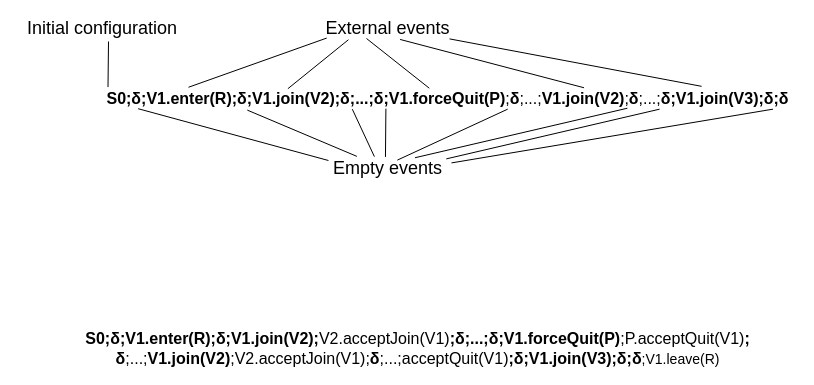
Earlier version of the draw.io diagram chemin.drawio (jpgros/site-web). Source tidied: cells renumbered, new cells numbered last; positions are measured from the earlier drawing's top-left corner, leaving out a move shared by most shapes. Both pictures are drawn from the tidied source at 100%, with x=0, y=0 at pixel (17, 18).
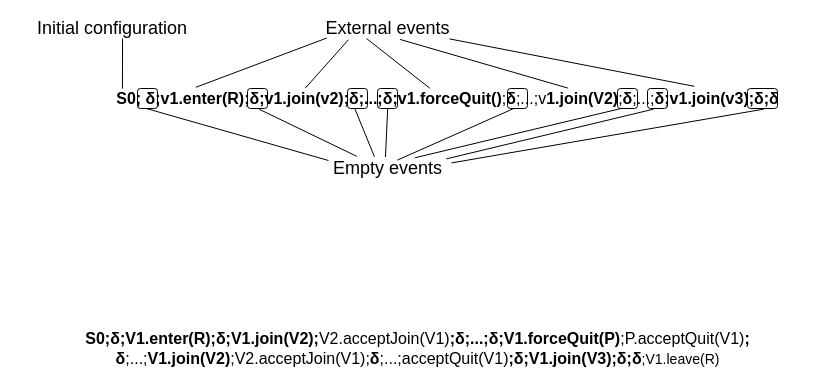
The same diagram, later.

The change refers to these unchanged cells:
```xml
<mxCell id="3" value="&lt;font style=&quot;font-size: 18px&quot;&gt;Empty events&lt;/font&gt;" style="text;html=1;align=center;verticalAlign=middle;points=[];" parent="1" vertex="1">
  <mxGeometry x="310" y="140" width="120" height="20" as="geometry" />
</mxCell>
<mxCell id="12" value="&lt;font style=&quot;font-size: 18px&quot;&gt;External events&lt;/font&gt;" style="text;html=1;align=center;verticalAlign=middle;points=[];" parent="1" vertex="1">
  <mxGeometry x="300" width="140" height="20" as="geometry" />
</mxCell>
```

Change to the diagram source:
```diff
@@
+    <mxCell id="21" style="rounded=1;whiteSpace=wrap;html=1;" parent="1" vertex="1">
+      <mxGeometry x="490" y="70" width="20" height="20" as="geometry" />
+    </mxCell>
+    <mxCell id="22" style="rounded=1;whiteSpace=wrap;html=1;arcSize=14;" parent="1" vertex="1">
+      <mxGeometry x="120" y="70" width="20" height="20" as="geometry" />
+    </mxCell>
+    <mxCell id="23" style="rounded=1;whiteSpace=wrap;html=1;" parent="1" vertex="1">
+      <mxGeometry x="230" y="70" width="20" height="20" as="geometry" />
+    </mxCell>
+    <mxCell id="24" style="rounded=1;whiteSpace=wrap;html=1;" parent="1" vertex="1">
+      <mxGeometry x="330" y="70" width="20" height="20" as="geometry" />
+    </mxCell>
+    <mxCell id="25" style="rounded=1;whiteSpace=wrap;html=1;" parent="1" vertex="1">
+      <mxGeometry x="360" y="70" width="20" height="20" as="geometry" />
+    </mxCell>
+    <mxCell id="26" style="rounded=1;whiteSpace=wrap;html=1;" parent="1" vertex="1">
+      <mxGeometry x="630" y="70" width="20" height="20" as="geometry" />
+    </mxCell>
+    <mxCell id="27" style="rounded=1;whiteSpace=wrap;html=1;" parent="1" vertex="1">
+      <mxGeometry x="600" y="70" width="20" height="20" as="geometry" />
+    </mxCell>
+    <mxCell id="28" style="rounded=1;whiteSpace=wrap;html=1;" parent="1" vertex="1">
+      <mxGeometry x="730" y="70" width="30" height="20" as="geometry" />
+    </mxCell>
-    <mxCell id="2" value="&lt;font style=&quot;font-size: 16px&quot;&gt;&lt;b&gt;S0;δ;V1.enter(R);δ;V1.join(V2);&lt;/b&gt;&lt;b&gt;δ;...;δ;V1.forceQuit(P)&lt;/b&gt;;&lt;b&gt;δ&lt;/b&gt;;...;&lt;b&gt;V1.join(V2)&lt;/b&gt;;&lt;b&gt;δ&lt;/b&gt;;...;&lt;b&gt;δ;V1.join(V3);δ;δ&lt;/b&gt;&lt;/font&gt;" style="text;html=1;align=center;verticalAlign=middle;points=[];fontSize=14;" parent="1" vertex="1">
-      <mxGeometry x="80" y="70" width="700" height="20" as="geometry" />
+    <mxCell id="2" value="&lt;font style=&quot;font-size: 16px&quot;&gt;&lt;b&gt;S0; δ;v1.enter(R);δ;v1.join(v2);&lt;/b&gt;&lt;b&gt;δ;...;δ;v1.forceQuit()&lt;/b&gt;;&lt;b&gt;δ&lt;/b&gt;;...;v&lt;b&gt;1.join(V2)&lt;/b&gt;;&lt;b&gt;δ&lt;/b&gt;;...;&lt;b&gt;δ;v1.join(v3);δ;δ&lt;/b&gt;&lt;/font&gt;" style="text;html=1;align=center;verticalAlign=middle;points=[];fontSize=14;" parent="1" vertex="1">
+      <mxGeometry x="90" y="70" width="680" height="20" as="geometry" />
     </mxCell>
@@
-    <mxCell id="5" style="endArrow=none;html=1;entryX=0.245;entryY=-0.106;entryDx=0;entryDy=0;entryPerimeter=0;exitX=0.214;exitY=1.081;exitDx=0;exitDy=0;exitPerimeter=0;" parent="1" edge="1" source="2" target="3">
+    <mxCell id="5" style="endArrow=none;html=1;entryX=0.245;entryY=-0.106;entryDx=0;entryDy=0;entryPerimeter=0;exitX=0.223;exitY=1.036;exitDx=0;exitDy=0;exitPerimeter=0;" parent="1" edge="1" source="2" target="3">
       <mxGeometry relative="1" as="geometry" />
     </mxCell>
@@
-    <mxCell id="8" style="endArrow=none;html=1;exitX=0.586;exitY=1.033;exitDx=0;exitDy=0;exitPerimeter=0;entryX=0.582;entryY=0.081;entryDx=0;entryDy=0;entryPerimeter=0;" parent="1" edge="1" source="2" target="3">
+    <mxCell id="8" style="endArrow=none;html=1;entryX=0.582;entryY=0.081;entryDx=0;entryDy=0;entryPerimeter=0;exitX=0.597;exitY=1.007;exitDx=0;exitDy=0;exitPerimeter=0;" parent="1" edge="1" source="2" target="3">
       <mxGeometry relative="1" as="geometry" />
     </mxCell>
@@
-    <mxCell id="14" style="endArrow=none;html=1;exitX=0.272;exitY=0.01;exitDx=0;exitDy=0;exitPerimeter=0;entryX=0.221;entryY=1.061;entryDx=0;entryDy=0;entryPerimeter=0;" parent="1" edge="1" source="2" target="12">
+    <mxCell id="14" style="endArrow=none;html=1;exitX=0.291;exitY=-0.021;exitDx=0;exitDy=0;exitPerimeter=0;entryX=0.221;entryY=1.061;entryDx=0;entryDy=0;entryPerimeter=0;" parent="1" edge="1" source="2" target="12">
       <mxGeometry relative="1" as="geometry" />
     </mxCell>
@@
-    <mxCell id="16" style="endArrow=none;html=1;exitX=0.695;exitY=-0.038;exitDx=0;exitDy=0;exitPerimeter=0;entryX=0.59;entryY=1.047;entryDx=0;entryDy=0;entryPerimeter=0;" parent="1" edge="1" source="2" target="12">
+    <mxCell id="16" style="endArrow=none;html=1;exitX=0.677;exitY=-0.021;exitDx=0;exitDy=0;exitPerimeter=0;entryX=0.59;entryY=1.047;entryDx=0;entryDy=0;entryPerimeter=0;" parent="1" edge="1" source="2" target="12">
       <mxGeometry relative="1" as="geometry" />
     </mxCell>
@@
     <mxCell id="18" value="&lt;font style=&quot;font-size: 18px&quot;&gt;Initial configuration&lt;/font&gt;" style="text;html=1;strokeColor=none;fillColor=none;align=center;verticalAlign=middle;whiteSpace=wrap;rounded=0;" parent="1" vertex="1">
-      <mxGeometry width="170" height="20" as="geometry" />
+      <mxGeometry x="10" width="170" height="20" as="geometry" />
     </mxCell>
-    <mxCell id="19" style="endArrow=none;html=1;exitX=0.015;exitY=-0.071;exitDx=0;exitDy=0;exitPerimeter=0;" parent="1" edge="1" source="2">
-      <mxGeometry relative="1" as="geometry">
-        <mxPoint x="91" y="23" as="targetPoint" />
-      </mxGeometry>
+    <mxCell id="19" style="endArrow=none;html=1;exitX=0.022;exitY=0.007;exitDx=0;exitDy=0;exitPerimeter=0;entryX=0.559;entryY=1;entryDx=0;entryDy=0;entryPerimeter=0;" parent="1" edge="1" source="2" target="18">
+      <mxGeometry relative="1" as="geometry" />
     </mxCell>
```
